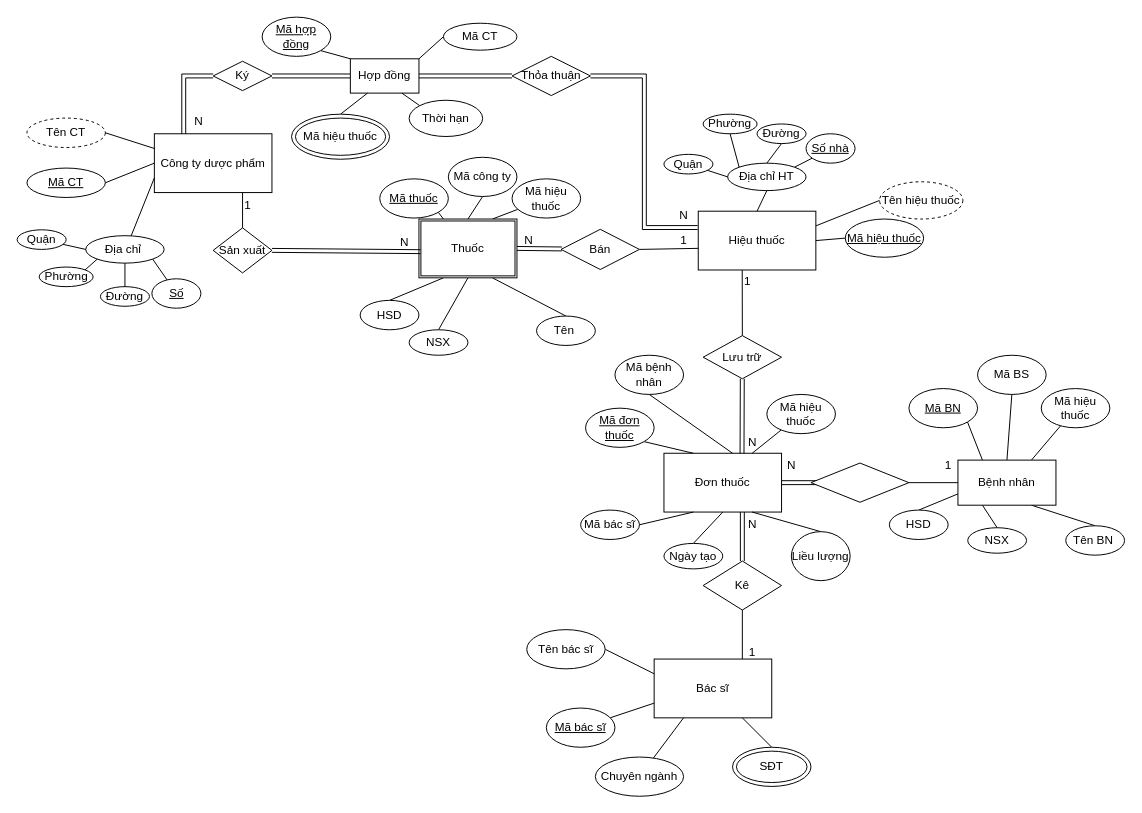
Earlier version of the draw.io diagram page "Trang-2" (2 of 3) of Biểu đồ không có tiêu đề.drawio (nqminh11605/hine16.github.io). Source tidied: cells renumbered, new cells numbered last; positions are measured from the earlier drawing's top-left corner, leaving out a move shared by most shapes. Both pictures are drawn from the tidied source at 98%, with x=0, y=0 at pixel (17, 17).
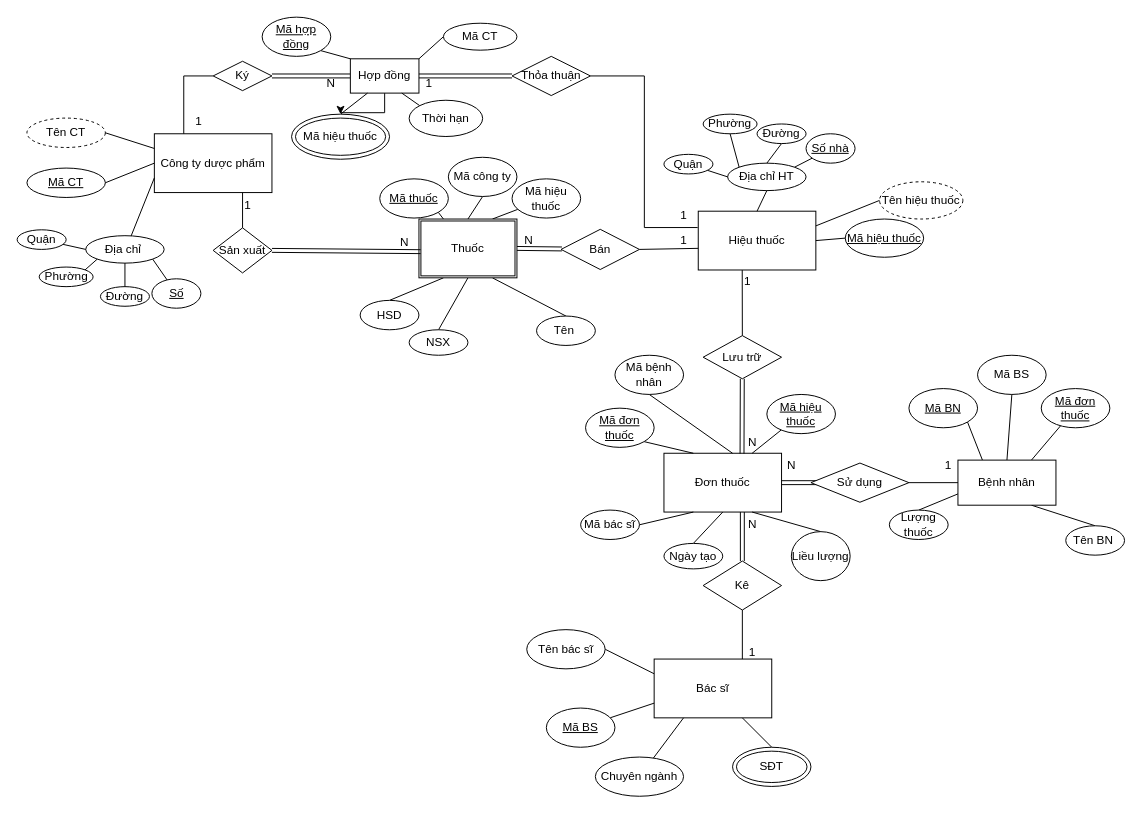
After the change.

The change refers to these unchanged cells:
```xml
<mxCell id="54" value="Bệnh nhân" style="rounded=0;whiteSpace=wrap;html=1;" parent="1" vertex="1">
  <mxGeometry x="960" y="452" width="100" height="46" as="geometry" />
</mxCell>
<mxCell id="60" value="Hiệu thuốc" style="rounded=0;whiteSpace=wrap;html=1;" parent="1" vertex="1">
  <mxGeometry x="695" y="198" width="120" height="60" as="geometry" />
</mxCell>
<mxCell id="85" value="Công ty dược phẩm" style="rounded=0;whiteSpace=wrap;html=1;" parent="1" vertex="1">
  <mxGeometry x="140" y="119" width="120" height="60" as="geometry" />
</mxCell>
<mxCell id="106" value="Ký" style="rhombus;whiteSpace=wrap;html=1;" parent="1" vertex="1">
  <mxGeometry x="200" y="45" width="60" height="30" as="geometry" />
</mxCell>
<mxCell id="108" value="Hợp đồng" style="rounded=0;whiteSpace=wrap;html=1;" parent="1" vertex="1">
  <mxGeometry x="340" y="42.5" width="70" height="35" as="geometry" />
</mxCell>
<mxCell id="110" value="Thỏa thuận" style="rhombus;whiteSpace=wrap;html=1;" parent="1" vertex="1">
  <mxGeometry x="505" y="40" width="80" height="40" as="geometry" />
</mxCell>
<mxCell id="119" value="Mã hiệu thuốc" style="ellipse;shape=doubleEllipse;whiteSpace=wrap;html=1;" parent="1" vertex="1">
  <mxGeometry x="280" y="99" width="100" height="46" as="geometry" />
</mxCell>
```

The edit, as a diff of the source:
```diff
@@
-    <mxCell id="20" value="Mã hiệu thuốc" style="ellipse;whiteSpace=wrap;html=1;" parent="1" vertex="1">
+    <mxCell id="20" value="&lt;u&gt;Mã hiệu thuốc&lt;/u&gt;" style="ellipse;whiteSpace=wrap;html=1;" parent="1" vertex="1">
       <mxGeometry x="765" y="385" width="70" height="40" as="geometry" />
     </mxCell>
@@
-    <mxCell id="30" value="&lt;u&gt;Mã bác sĩ&lt;/u&gt;" style="ellipse;whiteSpace=wrap;html=1;" parent="1" vertex="1">
+    <mxCell id="30" value="&lt;u&gt;Mã BS&lt;/u&gt;" style="ellipse;whiteSpace=wrap;html=1;" parent="1" vertex="1">
       <mxGeometry x="540" y="705" width="70" height="40" as="geometry" />
     </mxCell>
@@
-    <mxCell id="47" value="Mã hiệu thuốc" style="ellipse;whiteSpace=wrap;html=1;" parent="1" vertex="1">
+    <mxCell id="47" value="&lt;u&gt;Mã đơn thuốc&lt;/u&gt;" style="ellipse;whiteSpace=wrap;html=1;" parent="1" vertex="1">
       <mxGeometry x="1045" y="379" width="70" height="40" as="geometry" />
     </mxCell>
@@
-    <mxCell id="49" value="HSD" style="ellipse;whiteSpace=wrap;html=1;" parent="1" vertex="1">
+    <mxCell id="49" value="Lượng thuốc" style="ellipse;whiteSpace=wrap;html=1;" parent="1" vertex="1">
       <mxGeometry x="890" y="503" width="60" height="30" as="geometry" />
     </mxCell>
-    <mxCell id="50" style="endArrow=none;html=1;rounded=0;exitX=0.5;exitY=0;exitDx=0;exitDy=0;entryX=0.25;entryY=1;entryDx=0;entryDy=0;" parent="1" edge="1" source="51" target="54">
-      <mxGeometry relative="1" as="geometry" />
-    </mxCell>
-    <mxCell id="51" value="NSX" style="ellipse;whiteSpace=wrap;html=1;" parent="1" vertex="1">
-      <mxGeometry x="970" y="521" width="60" height="26" as="geometry" />
-    </mxCell>
@@
-    <mxCell id="56" style="rhombus;whiteSpace=wrap;html=1;" parent="1" vertex="1">
+    <mxCell id="56" value="Sử dụng" style="rhombus;whiteSpace=wrap;html=1;" parent="1" vertex="1">
       <mxGeometry x="810" y="455" width="100" height="40" as="geometry" />
     </mxCell>
@@
-    <mxCell id="105" style="endArrow=none;html=1;rounded=0;exitX=0.25;exitY=0;exitDx=0;exitDy=0;edgeStyle=orthogonalEdgeStyle;entryX=0;entryY=0.5;entryDx=0;entryDy=0;shape=link;" parent="1" edge="1" source="85" target="106">
+    <mxCell id="105" style="endArrow=none;html=1;rounded=0;exitX=0.25;exitY=0;exitDx=0;exitDy=0;edgeStyle=orthogonalEdgeStyle;entryX=0;entryY=0.5;entryDx=0;entryDy=0;" parent="1" edge="1" source="85" target="106">
       <mxGeometry relative="1" as="geometry" />
     </mxCell>
@@
+    <mxCell id="122" style="edgeStyle=orthogonalEdgeStyle;rounded=0;jettySize=auto;html=1;" parent="1" edge="1" source="108" target="119">
+      <mxGeometry relative="1" as="geometry" />
+    </mxCell>
@@
-    <mxCell id="111" style="endArrow=none;html=1;rounded=0;entryX=1;entryY=0.5;entryDx=0;entryDy=0;exitX=-0.005;exitY=0.278;exitDx=0;exitDy=0;exitPerimeter=0;edgeStyle=orthogonalEdgeStyle;shape=link;" parent="1" edge="1" source="60" target="110">
+    <mxCell id="111" style="endArrow=none;html=1;rounded=0;entryX=1;entryY=0.5;entryDx=0;entryDy=0;exitX=-0.005;exitY=0.278;exitDx=0;exitDy=0;exitPerimeter=0;edgeStyle=orthogonalEdgeStyle;" parent="1" edge="1" source="60" target="110">
       <mxGeometry relative="1" as="geometry" />
     </mxCell>
@@
-    <mxCell id="120" value="N" style="text;html=1;align=center;verticalAlign=middle;strokeColor=none;fillColor=none;" parent="1" vertex="1">
+    <mxCell id="120" value="1" style="text;html=1;align=center;verticalAlign=middle;strokeColor=none;fillColor=none;" parent="1" vertex="1">
       <mxGeometry x="665" y="187" width="30" height="30" as="geometry" />
     </mxCell>
-    <mxCell id="121" value="N" style="text;html=1;align=center;verticalAlign=middle;strokeColor=none;fillColor=none;" parent="1" vertex="1">
+    <mxCell id="121" value="1" style="text;html=1;align=center;verticalAlign=middle;strokeColor=none;fillColor=none;" parent="1" vertex="1">
       <mxGeometry x="170" y="91.8" width="30" height="30" as="geometry" />
     </mxCell>
+    <mxCell id="123" value="N" style="text;html=1;align=center;verticalAlign=middle;strokeColor=none;fillColor=none;" parent="1" vertex="1">
+      <mxGeometry x="305" y="53" width="30" height="30" as="geometry" />
+    </mxCell>
+    <mxCell id="124" value="1" style="text;html=1;align=center;verticalAlign=middle;strokeColor=none;fillColor=none;" parent="1" vertex="1">
+      <mxGeometry x="405" y="53" width="30" height="30" as="geometry" />
+    </mxCell>
```
